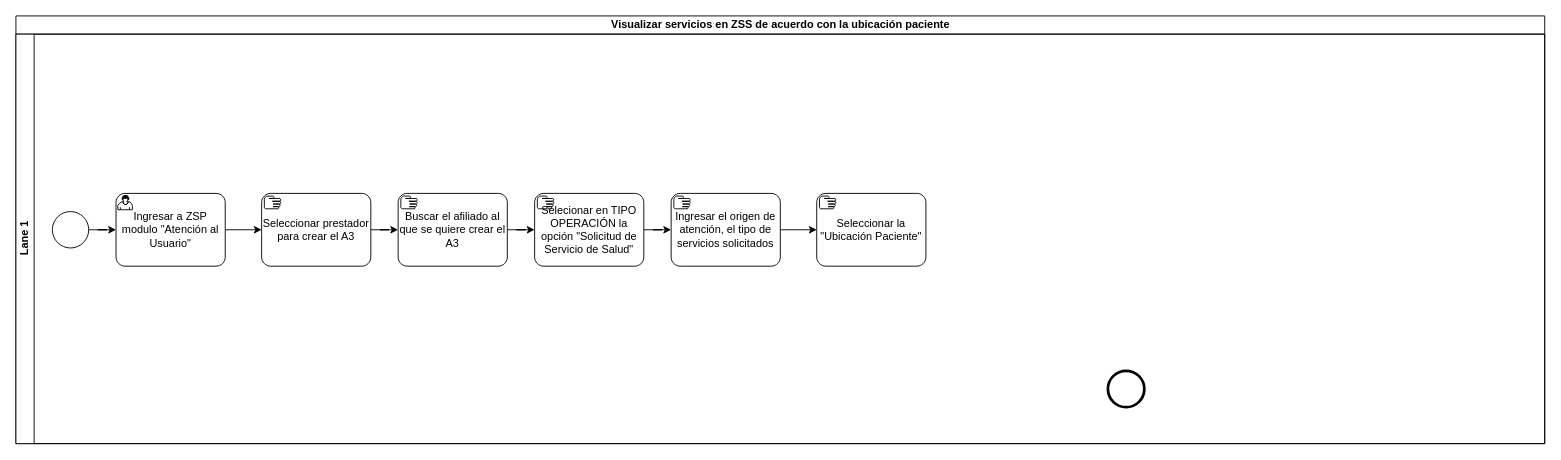
This is Visualizar servicios en zss.drawio from kevinjporto/Diagramas-de-procesos, a draw.io file, before an edit. Source tidied: cells renumbered, new cells numbered last; positions are measured from the earlier drawing's top-left corner, leaving out a move shared by most shapes. Both pictures are drawn from the tidied source at 91%, with x=0, y=0 at pixel (15, 15).
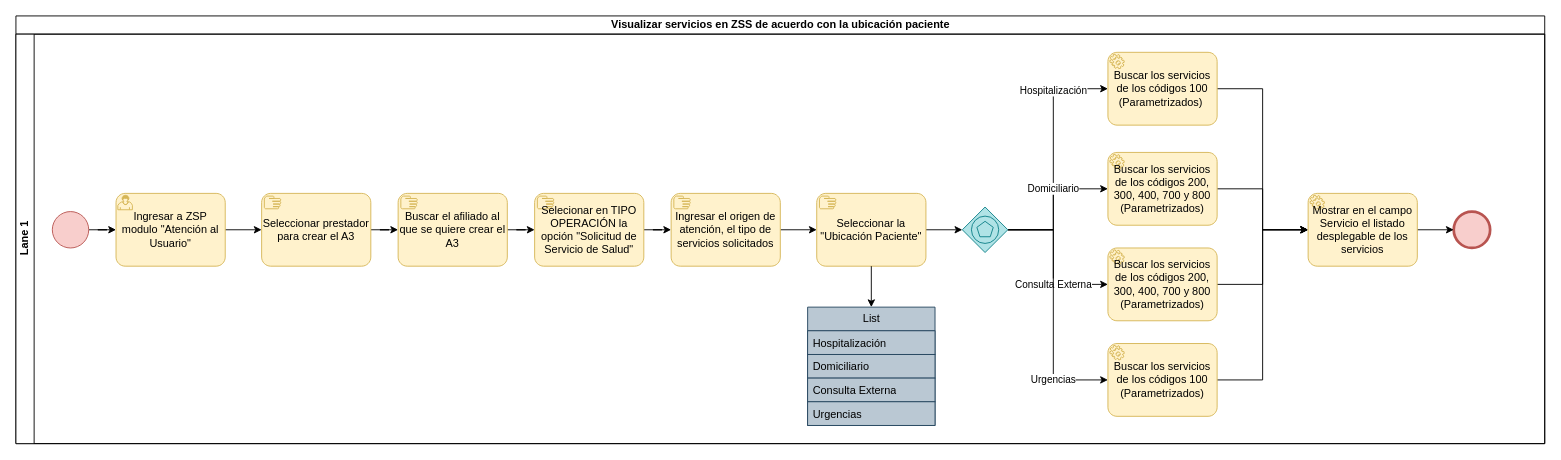
The same diagram, later.

Unchanged cells that the change refers to:
```xml
<mxCell id="3" value="Lane 1" style="swimlane;startSize=20;horizontal=0;html=1;" parent="2" vertex="1">
  <mxGeometry y="20" width="1680" height="450" as="geometry" />
</mxCell>
```

Diff of the diagram source:
```diff
@@
-    <mxCell id="4" style="points=[[0.145,0.145,0],[0.5,0,0],[0.855,0.145,0],[1,0.5,0],[0.855,0.855,0],[0.5,1,0],[0.145,0.855,0],[0,0.5,0]];shape=mxgraph.bpmn.event;html=1;verticalLabelPosition=bottom;labelBackgroundColor=#ffffff;verticalAlign=top;align=center;perimeter=ellipsePerimeter;outlineConnect=0;outline=end;symbol=terminate2;" parent="3" vertex="1">
-      <mxGeometry x="1200" y="370" width="40" height="40" as="geometry" />
+    <mxCell id="4" style="points=[[0.145,0.145,0],[0.5,0,0],[0.855,0.145,0],[1,0.5,0],[0.855,0.855,0],[0.5,1,0],[0.145,0.855,0],[0,0.5,0]];shape=mxgraph.bpmn.event;html=1;verticalLabelPosition=bottom;labelBackgroundColor=#ffffff;verticalAlign=top;align=center;perimeter=ellipsePerimeter;outlineConnect=0;outline=end;symbol=terminate2;fillColor=#f8cecc;strokeColor=#b85450;" parent="3" vertex="1">
+      <mxGeometry x="1580" y="195" width="40" height="40" as="geometry" />
     </mxCell>
@@
-    <mxCell id="6" style="points=[[0.145,0.145,0],[0.5,0,0],[0.855,0.145,0],[1,0.5,0],[0.855,0.855,0],[0.5,1,0],[0.145,0.855,0],[0,0.5,0]];shape=mxgraph.bpmn.event;html=1;verticalLabelPosition=bottom;labelBackgroundColor=#ffffff;verticalAlign=top;align=center;perimeter=ellipsePerimeter;outlineConnect=0;outline=standard;symbol=general;" parent="3" vertex="1">
+    <mxCell id="6" style="points=[[0.145,0.145,0],[0.5,0,0],[0.855,0.145,0],[1,0.5,0],[0.855,0.855,0],[0.5,1,0],[0.145,0.855,0],[0,0.5,0]];shape=mxgraph.bpmn.event;html=1;verticalLabelPosition=bottom;labelBackgroundColor=#ffffff;verticalAlign=top;align=center;perimeter=ellipsePerimeter;outlineConnect=0;outline=standard;symbol=general;fillColor=#f8cecc;strokeColor=#b85450;" parent="3" vertex="1">
       <mxGeometry x="40" y="195" width="40" height="40" as="geometry" />
     </mxCell>
@@
-    <mxCell id="8" value="Ingresar a ZSP modulo &quot;Atención al Usuario&quot;" style="points=[[0.25,0,0],[0.5,0,0],[0.75,0,0],[1,0.25,0],[1,0.5,0],[1,0.75,0],[0.75,1,0],[0.5,1,0],[0.25,1,0],[0,0.75,0],[0,0.5,0],[0,0.25,0]];shape=mxgraph.bpmn.task;whiteSpace=wrap;rectStyle=rounded;size=10;html=1;taskMarker=user;" parent="3" vertex="1">
+    <mxCell id="8" value="Ingresar a ZSP modulo &quot;Atención al Usuario&quot;" style="points=[[0.25,0,0],[0.5,0,0],[0.75,0,0],[1,0.25,0],[1,0.5,0],[1,0.75,0],[0.75,1,0],[0.5,1,0],[0.25,1,0],[0,0.75,0],[0,0.5,0],[0,0.25,0]];shape=mxgraph.bpmn.task;whiteSpace=wrap;rectStyle=rounded;size=10;html=1;taskMarker=user;fillColor=#fff2cc;strokeColor=#d6b656;" parent="3" vertex="1">
       <mxGeometry x="110" y="175" width="120" height="80" as="geometry" />
     </mxCell>
@@
-    <mxCell id="10" value="Seleccionar prestador para crear el A3" style="points=[[0.25,0,0],[0.5,0,0],[0.75,0,0],[1,0.25,0],[1,0.5,0],[1,0.75,0],[0.75,1,0],[0.5,1,0],[0.25,1,0],[0,0.75,0],[0,0.5,0],[0,0.25,0]];shape=mxgraph.bpmn.task;whiteSpace=wrap;rectStyle=rounded;size=10;html=1;taskMarker=manual;" parent="3" vertex="1">
+    <mxCell id="10" value="Seleccionar prestador para crear el A3" style="points=[[0.25,0,0],[0.5,0,0],[0.75,0,0],[1,0.25,0],[1,0.5,0],[1,0.75,0],[0.75,1,0],[0.5,1,0],[0.25,1,0],[0,0.75,0],[0,0.5,0],[0,0.25,0]];shape=mxgraph.bpmn.task;whiteSpace=wrap;rectStyle=rounded;size=10;html=1;taskMarker=manual;fillColor=#fff2cc;strokeColor=#d6b656;" parent="3" vertex="1">
       <mxGeometry x="270" y="175" width="120" height="80" as="geometry" />
     </mxCell>
@@
-    <mxCell id="12" value="Buscar el afiliado al que se quiere crear el A3" style="points=[[0.25,0,0],[0.5,0,0],[0.75,0,0],[1,0.25,0],[1,0.5,0],[1,0.75,0],[0.75,1,0],[0.5,1,0],[0.25,1,0],[0,0.75,0],[0,0.5,0],[0,0.25,0]];shape=mxgraph.bpmn.task;whiteSpace=wrap;rectStyle=rounded;size=10;html=1;taskMarker=manual;" parent="3" vertex="1">
+    <mxCell id="12" value="Buscar el afiliado al que se quiere crear el A3" style="points=[[0.25,0,0],[0.5,0,0],[0.75,0,0],[1,0.25,0],[1,0.5,0],[1,0.75,0],[0.75,1,0],[0.5,1,0],[0.25,1,0],[0,0.75,0],[0,0.5,0],[0,0.25,0]];shape=mxgraph.bpmn.task;whiteSpace=wrap;rectStyle=rounded;size=10;html=1;taskMarker=manual;fillColor=#fff2cc;strokeColor=#d6b656;" parent="3" vertex="1">
       <mxGeometry x="420" y="175" width="120" height="80" as="geometry" />
     </mxCell>
@@
-    <mxCell id="14" value="Selecionar en TIPO OPERACIÓN la opción &quot;Solicitud de Servicio de Salud&quot;" style="points=[[0.25,0,0],[0.5,0,0],[0.75,0,0],[1,0.25,0],[1,0.5,0],[1,0.75,0],[0.75,1,0],[0.5,1,0],[0.25,1,0],[0,0.75,0],[0,0.5,0],[0,0.25,0]];shape=mxgraph.bpmn.task;whiteSpace=wrap;rectStyle=rounded;size=10;html=1;taskMarker=manual;" parent="3" vertex="1">
+    <mxCell id="14" value="Selecionar en TIPO OPERACIÓN la opción &quot;Solicitud de Servicio de Salud&quot;" style="points=[[0.25,0,0],[0.5,0,0],[0.75,0,0],[1,0.25,0],[1,0.5,0],[1,0.75,0],[0.75,1,0],[0.5,1,0],[0.25,1,0],[0,0.75,0],[0,0.5,0],[0,0.25,0]];shape=mxgraph.bpmn.task;whiteSpace=wrap;rectStyle=rounded;size=10;html=1;taskMarker=manual;fillColor=#fff2cc;strokeColor=#d6b656;" parent="3" vertex="1">
       <mxGeometry x="570" y="175" width="120" height="80" as="geometry" />
     </mxCell>
@@
-    <mxCell id="16" value="Ingresar el origen de atención, el tipo de servicios solicitados" style="points=[[0.25,0,0],[0.5,0,0],[0.75,0,0],[1,0.25,0],[1,0.5,0],[1,0.75,0],[0.75,1,0],[0.5,1,0],[0.25,1,0],[0,0.75,0],[0,0.5,0],[0,0.25,0]];shape=mxgraph.bpmn.task;whiteSpace=wrap;rectStyle=rounded;size=10;html=1;taskMarker=manual;" parent="3" vertex="1">
+    <mxCell id="16" value="Ingresar el origen de atención, el tipo de servicios solicitados" style="points=[[0.25,0,0],[0.5,0,0],[0.75,0,0],[1,0.25,0],[1,0.5,0],[1,0.75,0],[0.75,1,0],[0.5,1,0],[0.25,1,0],[0,0.75,0],[0,0.5,0],[0,0.25,0]];shape=mxgraph.bpmn.task;whiteSpace=wrap;rectStyle=rounded;size=10;html=1;taskMarker=manual;fillColor=#fff2cc;strokeColor=#d6b656;" parent="3" vertex="1">
       <mxGeometry x="720" y="175" width="120" height="80" as="geometry" />
     </mxCell>
+    <mxCell id="18" style="edgeStyle=orthogonalEdgeStyle;rounded=0;jettySize=auto;html=1;" parent="3" edge="1" source="17" target="30">
+      <mxGeometry relative="1" as="geometry" />
+    </mxCell>
-    <mxCell id="17" value="Seleccionar la &quot;Ubicación Paciente&quot;" style="points=[[0.25,0,0],[0.5,0,0],[0.75,0,0],[1,0.25,0],[1,0.5,0],[1,0.75,0],[0.75,1,0],[0.5,1,0],[0.25,1,0],[0,0.75,0],[0,0.5,0],[0,0.25,0]];shape=mxgraph.bpmn.task;whiteSpace=wrap;rectStyle=rounded;size=10;html=1;taskMarker=manual;" parent="3" vertex="1">
+    <mxCell id="17" value="Seleccionar la &quot;Ubicación Paciente&quot;" style="points=[[0.25,0,0],[0.5,0,0],[0.75,0,0],[1,0.25,0],[1,0.5,0],[1,0.75,0],[0.75,1,0],[0.5,1,0],[0.25,1,0],[0,0.75,0],[0,0.5,0],[0,0.25,0]];shape=mxgraph.bpmn.task;whiteSpace=wrap;rectStyle=rounded;size=10;html=1;taskMarker=manual;fillColor=#fff2cc;strokeColor=#d6b656;" parent="3" vertex="1">
       <mxGeometry x="880" y="175" width="120" height="80" as="geometry" />
     </mxCell>
+    <mxCell id="19" value="List" style="swimlane;fontStyle=0;horizontal=1;startSize=26;fillColor=#bac8d3;html=1;strokeColor=#23445d;" parent="3" vertex="1">
+      <mxGeometry x="870" y="300" width="140" height="130" as="geometry" />
+    </mxCell>
+    <mxCell id="20" value="Hospitalización" style="text;strokeColor=#23445d;fillColor=#bac8d3;align=left;verticalAlign=top;spacingLeft=4;spacingRight=4;overflow=hidden;whiteSpace=wrap;html=1;" parent="19" vertex="1">
+      <mxGeometry y="26" width="140" height="26" as="geometry" />
+    </mxCell>
+    <mxCell id="21" value="Domiciliario" style="text;strokeColor=#23445d;fillColor=#bac8d3;align=left;verticalAlign=top;spacingLeft=4;spacingRight=4;overflow=hidden;whiteSpace=wrap;html=1;" parent="19" vertex="1">
+      <mxGeometry y="52" width="140" height="26" as="geometry" />
+    </mxCell>
+    <mxCell id="22" value="Consulta Externa" style="text;strokeColor=#23445d;fillColor=#bac8d3;align=left;verticalAlign=top;spacingLeft=4;spacingRight=4;overflow=hidden;whiteSpace=wrap;html=1;" parent="19" vertex="1">
+      <mxGeometry y="78" width="140" height="26" as="geometry" />
+    </mxCell>
+    <mxCell id="23" value="Urgencias" style="text;strokeColor=#23445d;fillColor=#bac8d3;align=left;verticalAlign=top;spacingLeft=4;spacingRight=4;overflow=hidden;whiteSpace=wrap;html=1;" parent="19" vertex="1">
+      <mxGeometry y="104" width="140" height="26" as="geometry" />
+    </mxCell>
+    <mxCell id="24" style="edgeStyle=orthogonalEdgeStyle;rounded=0;jettySize=auto;html=1;" parent="3" edge="1" source="17" target="19">
+      <mxGeometry relative="1" as="geometry" />
+    </mxCell>
+    <mxCell id="25" style="edgeStyle=orthogonalEdgeStyle;rounded=0;jettySize=auto;html=1;entryX=0;entryY=0.5;entryDx=0;entryDy=0;entryPerimeter=0;exitX=1;exitY=0.5;exitDx=0;exitDy=0;exitPerimeter=0;" parent="3" edge="1" source="30" target="32">
+      <mxGeometry relative="1" as="geometry">
+        <Array as="points">
+          <mxPoint x="1140" y="215" />
+          <mxPoint x="1140" y="60" />
+        </Array>
+      </mxGeometry>
+    </mxCell>
+    <mxCell id="26" value="Hospitalización" style="edgeLabel;html=1;align=center;verticalAlign=middle;" parent="25" vertex="1">
+      <mxGeometry x="0.3" y="1" relative="1" as="geometry">
+        <mxPoint y="-32" as="offset" />
+      </mxGeometry>
+    </mxCell>
+    <mxCell id="27" value="Domiciliario" style="edgeStyle=orthogonalEdgeStyle;rounded=0;jettySize=auto;html=1;entryX=0;entryY=0.5;entryDx=0;entryDy=0;entryPerimeter=0;exitX=1;exitY=0.5;exitDx=0;exitDy=0;exitPerimeter=0;" parent="3" edge="1" source="30" target="34">
+      <mxGeometry x="0.23" relative="1" as="geometry">
+        <Array as="points">
+          <mxPoint x="1140" y="215" />
+          <mxPoint x="1140" y="170" />
+        </Array>
+      </mxGeometry>
+    </mxCell>
+    <mxCell id="28" value="Consulta Externa" style="edgeStyle=orthogonalEdgeStyle;rounded=0;jettySize=auto;html=1;entryX=0;entryY=0.5;entryDx=0;entryDy=0;entryPerimeter=0;" parent="3" edge="1" source="30" target="36">
+      <mxGeometry x="0.29" relative="1" as="geometry">
+        <Array as="points">
+          <mxPoint x="1140" y="215" />
+          <mxPoint x="1140" y="275" />
+        </Array>
+      </mxGeometry>
+    </mxCell>
+    <mxCell id="29" value="Urgencias" style="edgeStyle=orthogonalEdgeStyle;rounded=0;jettySize=auto;html=1;entryX=0;entryY=0.5;entryDx=0;entryDy=0;entryPerimeter=0;exitX=1;exitY=0.5;exitDx=0;exitDy=0;exitPerimeter=0;" parent="3" edge="1" source="30" target="38">
+      <mxGeometry x="0.56" relative="1" as="geometry">
+        <Array as="points">
+          <mxPoint x="1140" y="215" />
+          <mxPoint x="1140" y="380" />
+        </Array>
+      </mxGeometry>
+    </mxCell>
+    <mxCell id="30" style="points=[[0.25,0.25,0],[0.5,0,0],[0.75,0.25,0],[1,0.5,0],[0.75,0.75,0],[0.5,1,0],[0.25,0.75,0],[0,0.5,0]];shape=mxgraph.bpmn.gateway2;html=1;verticalLabelPosition=bottom;labelBackgroundColor=#ffffff;verticalAlign=top;align=center;perimeter=rhombusPerimeter;outlineConnect=0;outline=standard;symbol=multiple;fillColor=#b0e3e6;strokeColor=#0e8088;" parent="3" vertex="1">
+      <mxGeometry x="1040" y="190" width="50" height="50" as="geometry" />
+    </mxCell>
+    <mxCell id="31" style="edgeStyle=orthogonalEdgeStyle;rounded=0;jettySize=auto;html=1;entryX=0;entryY=0.5;entryDx=0;entryDy=0;entryPerimeter=0;" parent="3" edge="1" source="32" target="40">
+      <mxGeometry relative="1" as="geometry" />
+    </mxCell>
+    <mxCell id="32" value="Buscar los servicios de los códigos 100&lt;br&gt;(Parametrizados)&amp;nbsp;" style="points=[[0.25,0,0],[0.5,0,0],[0.75,0,0],[1,0.25,0],[1,0.5,0],[1,0.75,0],[0.75,1,0],[0.5,1,0],[0.25,1,0],[0,0.75,0],[0,0.5,0],[0,0.25,0]];shape=mxgraph.bpmn.task;whiteSpace=wrap;rectStyle=rounded;size=10;html=1;taskMarker=service;fillColor=#fff2cc;strokeColor=#d6b656;" parent="3" vertex="1">
+      <mxGeometry x="1200" y="20" width="120" height="80" as="geometry" />
+    </mxCell>
+    <mxCell id="33" style="edgeStyle=orthogonalEdgeStyle;rounded=0;jettySize=auto;html=1;entryX=0;entryY=0.5;entryDx=0;entryDy=0;entryPerimeter=0;" parent="3" edge="1" source="34" target="40">
+      <mxGeometry relative="1" as="geometry" />
+    </mxCell>
+    <mxCell id="34" value="Buscar los servicios de los códigos 200, 300, 400, 700 y 800&lt;br&gt;(Parametrizados)" style="points=[[0.25,0,0],[0.5,0,0],[0.75,0,0],[1,0.25,0],[1,0.5,0],[1,0.75,0],[0.75,1,0],[0.5,1,0],[0.25,1,0],[0,0.75,0],[0,0.5,0],[0,0.25,0]];shape=mxgraph.bpmn.task;whiteSpace=wrap;rectStyle=rounded;size=10;html=1;taskMarker=service;fillColor=#fff2cc;strokeColor=#d6b656;" parent="3" vertex="1">
+      <mxGeometry x="1200" y="130" width="120" height="80" as="geometry" />
+    </mxCell>
+    <mxCell id="35" style="edgeStyle=orthogonalEdgeStyle;rounded=0;jettySize=auto;html=1;entryX=0;entryY=0.5;entryDx=0;entryDy=0;entryPerimeter=0;" parent="3" edge="1" source="36" target="40">
+      <mxGeometry relative="1" as="geometry" />
+    </mxCell>
+    <mxCell id="36" value="Buscar los servicios de los códigos 200, 300, 400, 700 y 800&lt;br&gt;(Parametrizados)" style="points=[[0.25,0,0],[0.5,0,0],[0.75,0,0],[1,0.25,0],[1,0.5,0],[1,0.75,0],[0.75,1,0],[0.5,1,0],[0.25,1,0],[0,0.75,0],[0,0.5,0],[0,0.25,0]];shape=mxgraph.bpmn.task;whiteSpace=wrap;rectStyle=rounded;size=10;html=1;taskMarker=service;fillColor=#fff2cc;strokeColor=#d6b656;" parent="3" vertex="1">
+      <mxGeometry x="1200" y="235" width="120" height="80" as="geometry" />
+    </mxCell>
+    <mxCell id="37" style="edgeStyle=orthogonalEdgeStyle;rounded=0;jettySize=auto;html=1;entryX=0;entryY=0.5;entryDx=0;entryDy=0;entryPerimeter=0;" parent="3" edge="1" source="38" target="40">
+      <mxGeometry relative="1" as="geometry" />
+    </mxCell>
+    <mxCell id="38" value="Buscar los servicios de los códigos 100 (Parametrizados)" style="points=[[0.25,0,0],[0.5,0,0],[0.75,0,0],[1,0.25,0],[1,0.5,0],[1,0.75,0],[0.75,1,0],[0.5,1,0],[0.25,1,0],[0,0.75,0],[0,0.5,0],[0,0.25,0]];shape=mxgraph.bpmn.task;whiteSpace=wrap;rectStyle=rounded;size=10;html=1;taskMarker=service;fillColor=#fff2cc;strokeColor=#d6b656;" parent="3" vertex="1">
+      <mxGeometry x="1200" y="340" width="120" height="80" as="geometry" />
+    </mxCell>
+    <mxCell id="39" style="edgeStyle=orthogonalEdgeStyle;rounded=0;jettySize=auto;html=1;entryX=0;entryY=0.5;entryDx=0;entryDy=0;entryPerimeter=0;" parent="3" edge="1" source="40" target="4">
+      <mxGeometry relative="1" as="geometry" />
+    </mxCell>
+    <mxCell id="40" value="Mostrar en el campo Servicio el listado desplegable de los servicios" style="points=[[0.25,0,0],[0.5,0,0],[0.75,0,0],[1,0.25,0],[1,0.5,0],[1,0.75,0],[0.75,1,0],[0.5,1,0],[0.25,1,0],[0,0.75,0],[0,0.5,0],[0,0.25,0]];shape=mxgraph.bpmn.task;whiteSpace=wrap;rectStyle=rounded;size=10;html=1;taskMarker=service;fillColor=#fff2cc;strokeColor=#d6b656;" parent="3" vertex="1">
+      <mxGeometry x="1420" y="175" width="120" height="80" as="geometry" />
+    </mxCell>
```
